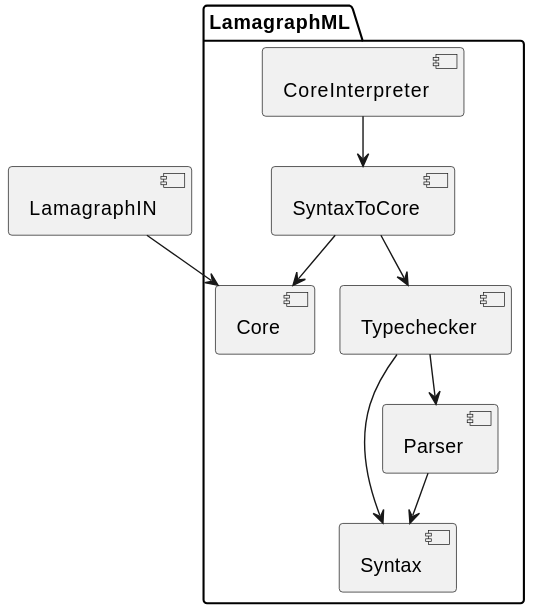
This is reports/bachelor-thesis/figures/components.svg from WoWaster/documents, a PlantUML export, as it was before one commit. Source of this version:
```plantuml
@startuml
!pragma layout smetana

top to bottom direction

package LamagraphML {
    component Syntax
    component Parser
    component Typechecker
    component Core
    component SyntaxToCore
    component CoreInterpreter
}

CoreInterpreter --> SyntaxToCore
SyntaxToCore --> Typechecker
SyntaxToCore --> Core
Typechecker --> Parser
Typechecker --> Syntax
Parser --> Syntax

component LamagraphIN

LamagraphIN --> Core
@enduml
```
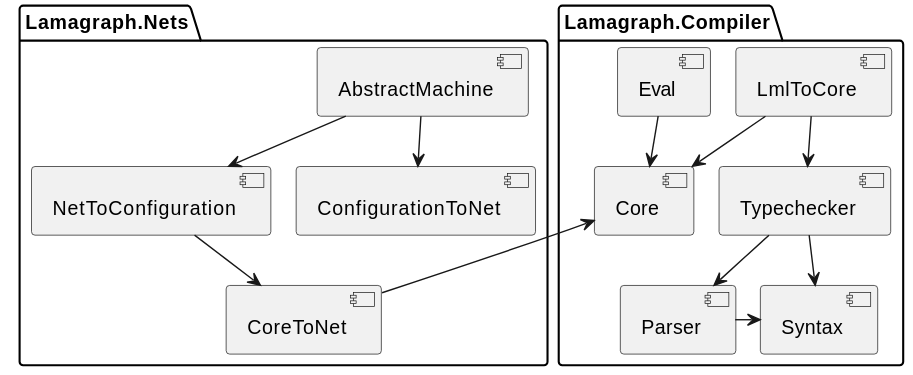
The same diagram one commit later.

What changed in the source:
```diff
@@ -1,25 +1,36 @@
 @startuml
 !pragma layout smetana
 
-top to bottom direction
 
-package LamagraphML {
+package Lamagraph.Compiler {
     component Syntax
     component Parser
     component Typechecker
     component Core
-    component SyntaxToCore
-    component CoreInterpreter
+    component LmlToCore
+    component Eval
 }
 
-CoreInterpreter --> SyntaxToCore
-SyntaxToCore --> Typechecker
-SyntaxToCore --> Core
+Eval --> Core
+LmlToCore --> Typechecker
+LmlToCore --> Core
 Typechecker --> Parser
 Typechecker --> Syntax
-Parser --> Syntax
+Parser -> Syntax
 
-component LamagraphIN
+package Lamagraph.Nets {
+    component CoreToNet
+    component NetToConfiguration
+    component ConfigurationToNet
+    component AbstractMachine
+}
 
-LamagraphIN --> Core
+NetToConfiguration --> CoreToNet
+AbstractMachine --> NetToConfiguration
+AbstractMachine --> ConfigurationToNet
+
+
+Lamagraph.Nets -[norank,hidden]> Lamagraph.Compiler
+Lamagraph.Compiler -[hidden]> Lamagraph.Nets
+CoreToNet -[norank]> Core
 @enduml
```
